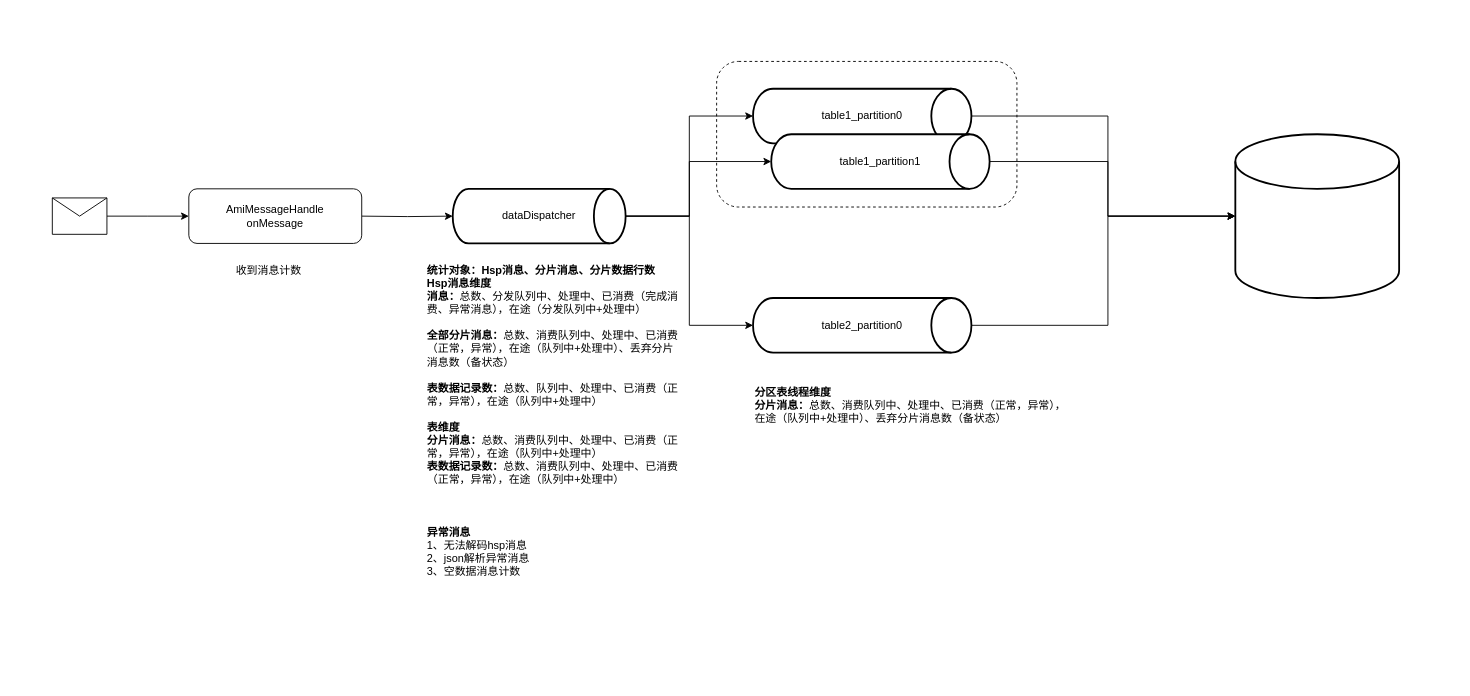
Above: page "第 1 页" (1 of 2) of dp-ind.drawio in lan13217/diagrams (draw.io), before the change. Source tidied: cells renumbered, new cells numbered last; positions are measured from the earlier drawing's top-left corner, leaving out a move shared by most shapes. Both pictures are drawn from the tidied source at 91%, with x=0, y=0 at pixel (52, 61).
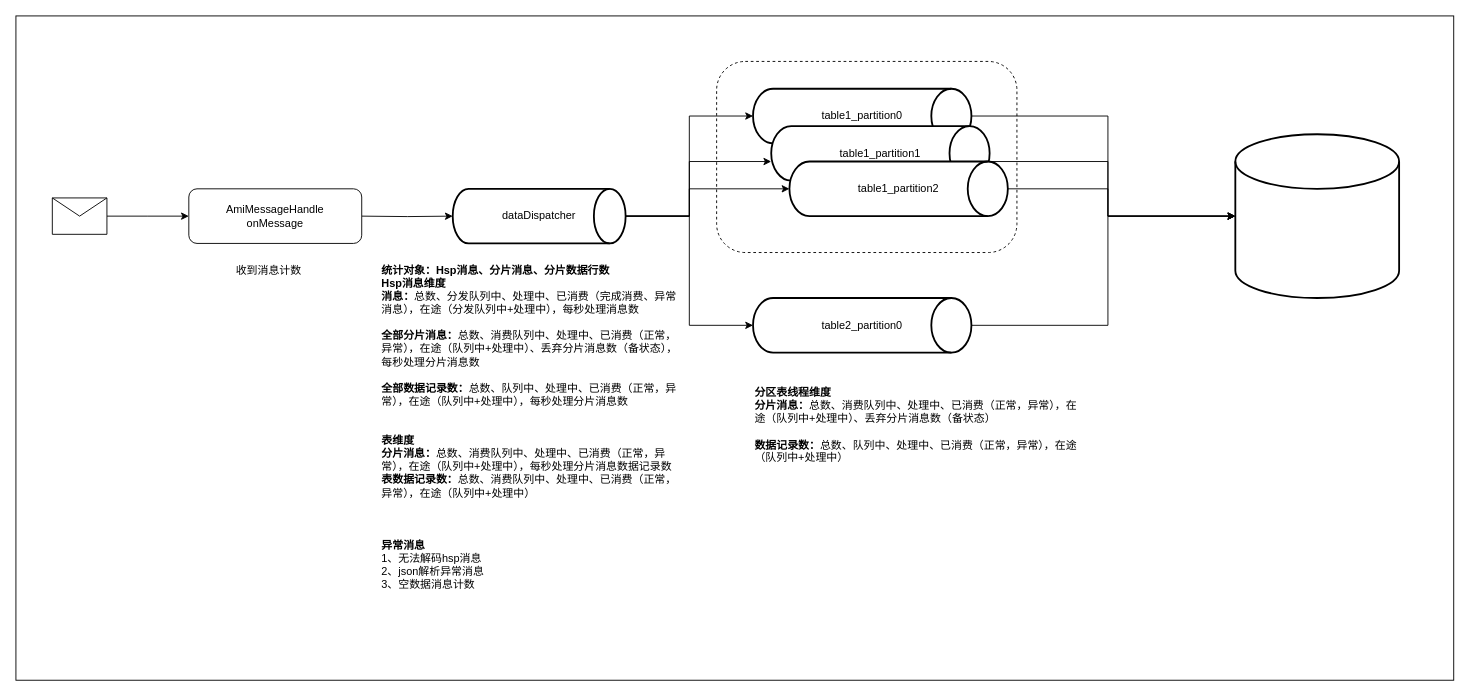
The same page after the edit.

Unchanged cells that the change refers to:
```xml
<mxCell id="7" value="dataDispatcher" style="strokeWidth=2;html=1;shape=mxgraph.flowchart.direct_data;whiteSpace=wrap;" parent="1" vertex="1">
  <mxGeometry x="440" y="140" width="190" height="60" as="geometry" />
</mxCell>
<mxCell id="16" style="strokeWidth=2;html=1;shape=mxgraph.flowchart.database;whiteSpace=wrap;" parent="1" vertex="1">
  <mxGeometry x="1300" y="80" width="180" height="180" as="geometry" />
</mxCell>
```

Change to the diagram source:
```diff
@@
+    <mxCell id="21" style="rounded=0;whiteSpace=wrap;html=1;" parent="1" vertex="1">
+      <mxGeometry x="-40" y="-50" width="1580" height="730" as="geometry" />
+    </mxCell>
     <mxCell id="2" style="rounded=1;whiteSpace=wrap;html=1;fillColor=none;dashed=1;" parent="1" vertex="1">
-      <mxGeometry x="730" width="330" height="160" as="geometry" />
+      <mxGeometry x="730" width="330" height="210" as="geometry" />
     </mxCell>
@@
+    <mxCell id="22" style="edgeStyle=orthogonalEdgeStyle;rounded=0;jettySize=auto;html=1;" parent="1" edge="1" source="7" target="24">
+      <mxGeometry relative="1" as="geometry">
+        <Array as="points">
+          <mxPoint x="700" y="170" />
+          <mxPoint x="700" y="140" />
+        </Array>
+      </mxGeometry>
+    </mxCell>
@@
     <mxCell id="11" value="table1_partition1" style="strokeWidth=2;html=1;shape=mxgraph.flowchart.direct_data;whiteSpace=wrap;" parent="1" vertex="1">
-      <mxGeometry x="790" y="80" width="240" height="60" as="geometry" />
+      <mxGeometry x="790" y="71" width="240" height="60" as="geometry" />
     </mxCell>
@@
-    <mxCell id="18" value="&lt;b&gt;统计对象：&lt;/b&gt;&lt;b style=&quot;border-color: var(--border-color);&quot;&gt;Hsp消息、分片消息、分片数据行数&lt;/b&gt;&lt;b&gt;&lt;br&gt;Hsp消息维度&lt;br&gt;消息：&lt;/b&gt;总数、分发队列中、处理中、已消费（完成消费、异常消息&lt;span style=&quot;border-color: var(--border-color);&quot;&gt;）&lt;span style=&quot;border-color: var(--border-color);&quot;&gt;，在途（分发&lt;/span&gt;&lt;span style=&quot;border-color: var(--border-color);&quot;&gt;队列中+处理中&lt;/span&gt;&lt;span style=&quot;border-color: var(--border-color);&quot;&gt;）&lt;br&gt;&lt;/span&gt;&lt;br&gt;&lt;b&gt;全部分片消息&lt;/b&gt;&lt;b style=&quot;border-color: var(--border-color);&quot;&gt;：&lt;/b&gt;总数、消费队列中、处理中、已消费（正常，异常），在途（&lt;span style=&quot;border-color: var(--border-color);&quot;&gt;队列中+处理中）、丢弃分片消息数（备状态）&lt;br&gt;&lt;/span&gt;&lt;br style=&quot;border-color: var(--border-color);&quot;&gt;&lt;b style=&quot;border-color: var(--border-color);&quot;&gt;表数据记录数：&lt;/b&gt;总数、队列中、处理中、已消费（正常，异常），在途（&lt;span style=&quot;border-color: var(--border-color);&quot;&gt;&lt;/span&gt;&lt;span style=&quot;border-color: var(--border-color);&quot;&gt;队列中+处理中&lt;/span&gt;&lt;span style=&quot;border-color: var(--border-color);&quot;&gt;）&lt;/span&gt;&lt;br&gt;&lt;/span&gt;&lt;b&gt;&lt;br&gt;表维度&lt;br&gt;&lt;/b&gt;&lt;b style=&quot;border-color: var(--border-color);&quot;&gt;分片&lt;/b&gt;&lt;b&gt;消息：&lt;/b&gt;总数、&lt;span style=&quot;border-color: var(--border-color);&quot;&gt;消费&lt;/span&gt;队列中、处理中、已消费（正常，异常），在途（&lt;span style=&quot;border-color: var(--border-color);&quot;&gt;队列中+处理中&lt;/span&gt;）&lt;br&gt;&lt;b&gt;表数据记录数：&lt;/b&gt;&lt;span style=&quot;border-color: var(--border-color);&quot;&gt;总数、&lt;span style=&quot;border-color: var(--border-color);&quot;&gt;消费&lt;/span&gt;队列中、处理中、已消费（正常，异常），在途（&lt;/span&gt;&lt;span style=&quot;border-color: var(--border-color);&quot;&gt;队列中+处理中&lt;/span&gt;&lt;span style=&quot;border-color: var(--border-color);&quot;&gt;）&lt;/span&gt;&lt;b&gt;&lt;br&gt;&lt;br&gt;&lt;br&gt;&lt;br&gt;异常消息&lt;/b&gt;&lt;br&gt;1、无法解码hsp消息&lt;br&gt;2、json解析异常消息&lt;br&gt;3、空数据消息计数" style="text;html=1;strokeColor=none;fillColor=none;align=left;verticalAlign=top;whiteSpace=wrap;rounded=0;" parent="1" vertex="1">
-      <mxGeometry x="410" y="216" width="280" height="284" as="geometry" />
+    <mxCell id="18" value="&lt;b&gt;统计对象：&lt;/b&gt;&lt;b style=&quot;border-color: var(--border-color);&quot;&gt;Hsp消息、分片消息、分片数据行数&lt;/b&gt;&lt;b&gt;&lt;br&gt;Hsp消息维度&lt;br&gt;消息：&lt;/b&gt;总数、分发队列中、处理中、已消费（完成消费、异常消息&lt;span style=&quot;border-color: var(--border-color);&quot;&gt;）&lt;span style=&quot;border-color: var(--border-color);&quot;&gt;，在途（分发&lt;/span&gt;&lt;span style=&quot;border-color: var(--border-color);&quot;&gt;队列中+处理中&lt;/span&gt;&lt;span style=&quot;border-color: var(--border-color);&quot;&gt;），每秒处理消息数&lt;br&gt;&lt;/span&gt;&lt;br&gt;&lt;b&gt;全部分片消息&lt;/b&gt;&lt;b style=&quot;border-color: var(--border-color);&quot;&gt;：&lt;/b&gt;总数、消费队列中、处理中、已消费（正常，异常），在途（&lt;span style=&quot;border-color: var(--border-color);&quot;&gt;队列中+处理中）、丢弃分片消息数（备状态），每秒处理分片消息数&lt;br&gt;&lt;/span&gt;&lt;br style=&quot;border-color: var(--border-color);&quot;&gt;&lt;b style=&quot;border-color: var(--border-color);&quot;&gt;&lt;b style=&quot;border-color: var(--border-color);&quot;&gt;全部&lt;/b&gt;数据记录数：&lt;/b&gt;总数、队列中、处理中、已消费（正常，异常），在途（&lt;span style=&quot;border-color: var(--border-color);&quot;&gt;&lt;/span&gt;&lt;span style=&quot;border-color: var(--border-color);&quot;&gt;队列中+处理中&lt;/span&gt;&lt;span style=&quot;border-color: var(--border-color);&quot;&gt;）&lt;/span&gt;，每秒处理分片消息数&lt;br&gt;&lt;/span&gt;&lt;b&gt;&lt;br&gt;&lt;br&gt;表维度&lt;br&gt;&lt;/b&gt;&lt;b style=&quot;border-color: var(--border-color);&quot;&gt;分片&lt;/b&gt;&lt;b&gt;消息：&lt;/b&gt;总数、&lt;span style=&quot;border-color: var(--border-color);&quot;&gt;消费&lt;/span&gt;队列中、处理中、已消费（正常，异常），在途（&lt;span style=&quot;border-color: var(--border-color);&quot;&gt;队列中+处理中&lt;/span&gt;），每秒处理分片消息数据记录数&lt;br&gt;&lt;b&gt;表数据记录数：&lt;/b&gt;&lt;span style=&quot;border-color: var(--border-color);&quot;&gt;总数、&lt;span style=&quot;border-color: var(--border-color);&quot;&gt;消费&lt;/span&gt;队列中、处理中、已消费（正常，异常），在途（&lt;/span&gt;&lt;span style=&quot;border-color: var(--border-color);&quot;&gt;队列中+处理中&lt;/span&gt;&lt;span style=&quot;border-color: var(--border-color);&quot;&gt;）&lt;/span&gt;&lt;b&gt;&lt;br&gt;&lt;br&gt;&lt;br&gt;&lt;br&gt;异常消息&lt;/b&gt;&lt;br&gt;1、无法解码hsp消息&lt;br&gt;2、json解析异常消息&lt;br&gt;3、空数据消息计数" style="text;html=1;strokeColor=none;fillColor=none;align=left;verticalAlign=top;whiteSpace=wrap;rounded=0;" parent="1" vertex="1">
+      <mxGeometry x="360" y="216" width="330" height="284" as="geometry" />
     </mxCell>
-    <mxCell id="19" value="&lt;b style=&quot;border-color: var(--border-color);&quot;&gt;分区表线程维度&lt;br style=&quot;border-color: var(--border-color);&quot;&gt;&lt;/b&gt;&lt;b style=&quot;border-color: var(--border-color);&quot;&gt;分片&lt;/b&gt;&lt;b style=&quot;border-color: var(--border-color);&quot;&gt;消息：&lt;/b&gt;&lt;span style=&quot;border-color: var(--border-color);&quot;&gt;总数、消费队列中、处理中、已消费（正常，异常），在途（&lt;/span&gt;&lt;span style=&quot;border-color: var(--border-color);&quot;&gt;队列中+处理中）、丢弃分片消息数（备状态）&lt;/span&gt;&lt;b style=&quot;border-color: var(--border-color);&quot;&gt;&lt;br style=&quot;border-color: var(--border-color);&quot;&gt;&lt;/b&gt;" style="text;html=1;strokeColor=none;fillColor=none;align=left;verticalAlign=top;whiteSpace=wrap;rounded=0;" parent="1" vertex="1">
-      <mxGeometry x="770" y="350" width="350" height="70" as="geometry" />
+    <mxCell id="19" value="&lt;b style=&quot;border-color: var(--border-color);&quot;&gt;分区表线程维度&lt;br style=&quot;border-color: var(--border-color);&quot;&gt;&lt;/b&gt;&lt;b style=&quot;border-color: var(--border-color);&quot;&gt;分片&lt;/b&gt;&lt;b style=&quot;border-color: var(--border-color);&quot;&gt;消息：&lt;/b&gt;&lt;span style=&quot;border-color: var(--border-color);&quot;&gt;总数、消费队列中、处理中、已消费（正常，异常），在途（&lt;/span&gt;&lt;span style=&quot;border-color: var(--border-color);&quot;&gt;队列中+处理中）、丢弃分片消息数（备状态）&lt;br&gt;&lt;/span&gt;&lt;span style=&quot;border-color: var(--border-color);&quot;&gt;&lt;b style=&quot;font-weight: bold; border-color: var(--border-color);&quot;&gt;&lt;br style=&quot;border-color: var(--border-color);&quot;&gt;&lt;/b&gt;&lt;b style=&quot;font-weight: bold; border-color: var(--border-color);&quot;&gt;数据记录数：&lt;/b&gt;总数、队列中、处理中、已消费（正常，异常），在途（&lt;span style=&quot;border-color: var(--border-color); border-color: var(--border-color);&quot;&gt;&lt;/span&gt;&lt;span style=&quot;border-color: var(--border-color);&quot;&gt;队列中+处理中&lt;/span&gt;&lt;span style=&quot;border-color: var(--border-color);&quot;&gt;）&lt;/span&gt;&lt;br style=&quot;border-color: var(--border-color);&quot;&gt;&lt;/span&gt;" style="text;html=1;strokeColor=none;fillColor=none;align=left;verticalAlign=top;whiteSpace=wrap;rounded=0;" parent="1" vertex="1">
+      <mxGeometry x="770" y="350" width="360" height="100" as="geometry" />
     </mxCell>
@@
+    <mxCell id="23" style="edgeStyle=orthogonalEdgeStyle;rounded=0;jettySize=auto;html=1;entryX=0;entryY=0.5;entryDx=0;entryDy=0;entryPerimeter=0;" parent="1" edge="1" source="24" target="16">
+      <mxGeometry relative="1" as="geometry">
+        <Array as="points">
+          <mxPoint x="1160" y="140" />
+          <mxPoint x="1160" y="170" />
+        </Array>
+      </mxGeometry>
+    </mxCell>
+    <mxCell id="24" value="table1_partition2" style="strokeWidth=2;html=1;shape=mxgraph.flowchart.direct_data;whiteSpace=wrap;" parent="1" vertex="1">
+      <mxGeometry x="810" y="110" width="240" height="60" as="geometry" />
+    </mxCell>
```
